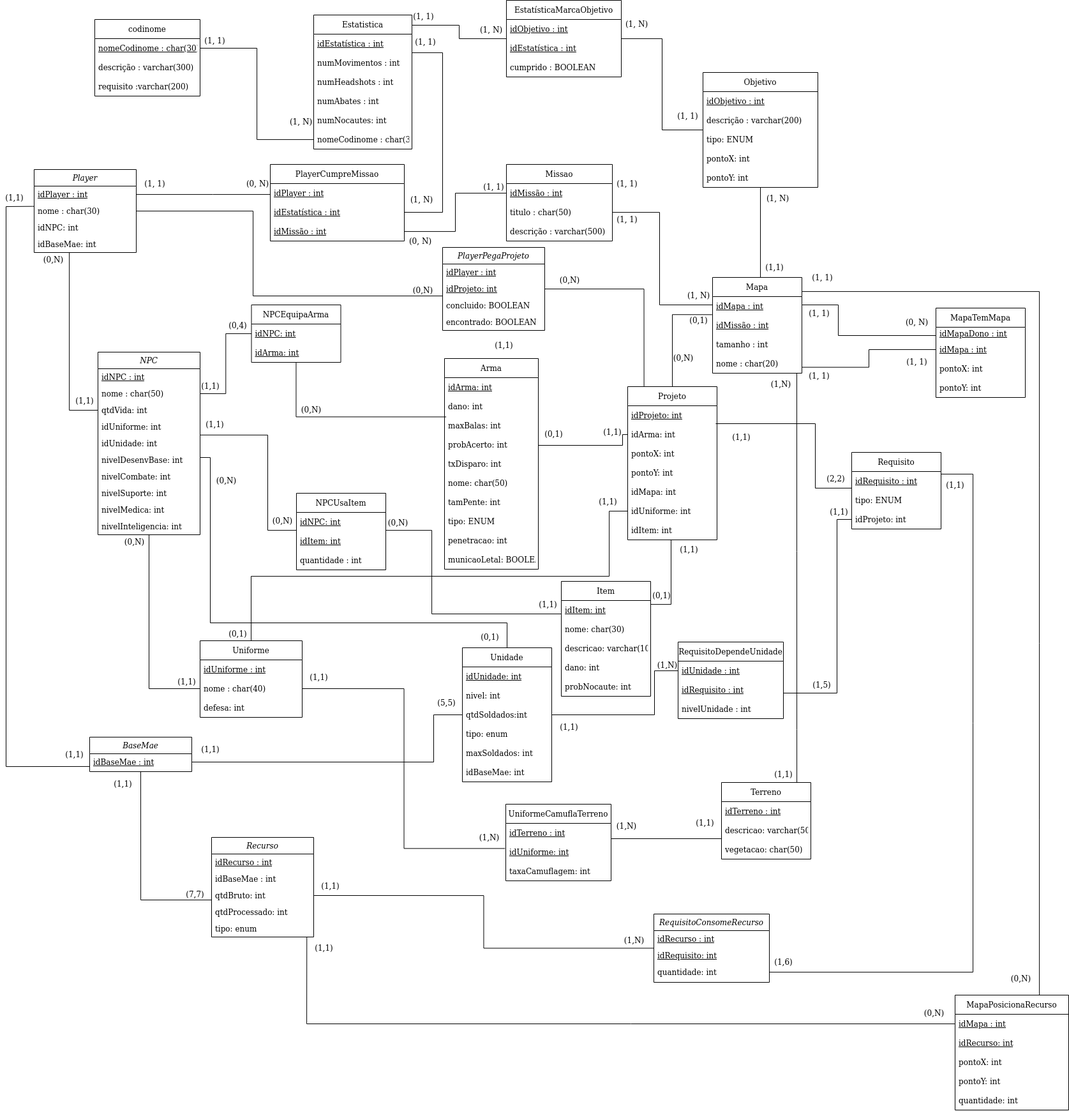
This is documentos/MREL/MREL_V3.1drawio.drawio.png from SBD1/Grupo02-MetalGearSolid, a draw.io export, as it was before one commit. Source tidied: cells renumbered, new cells last; positions are measured from the earlier drawing's top-left corner, leaving out a move shared by most shapes.
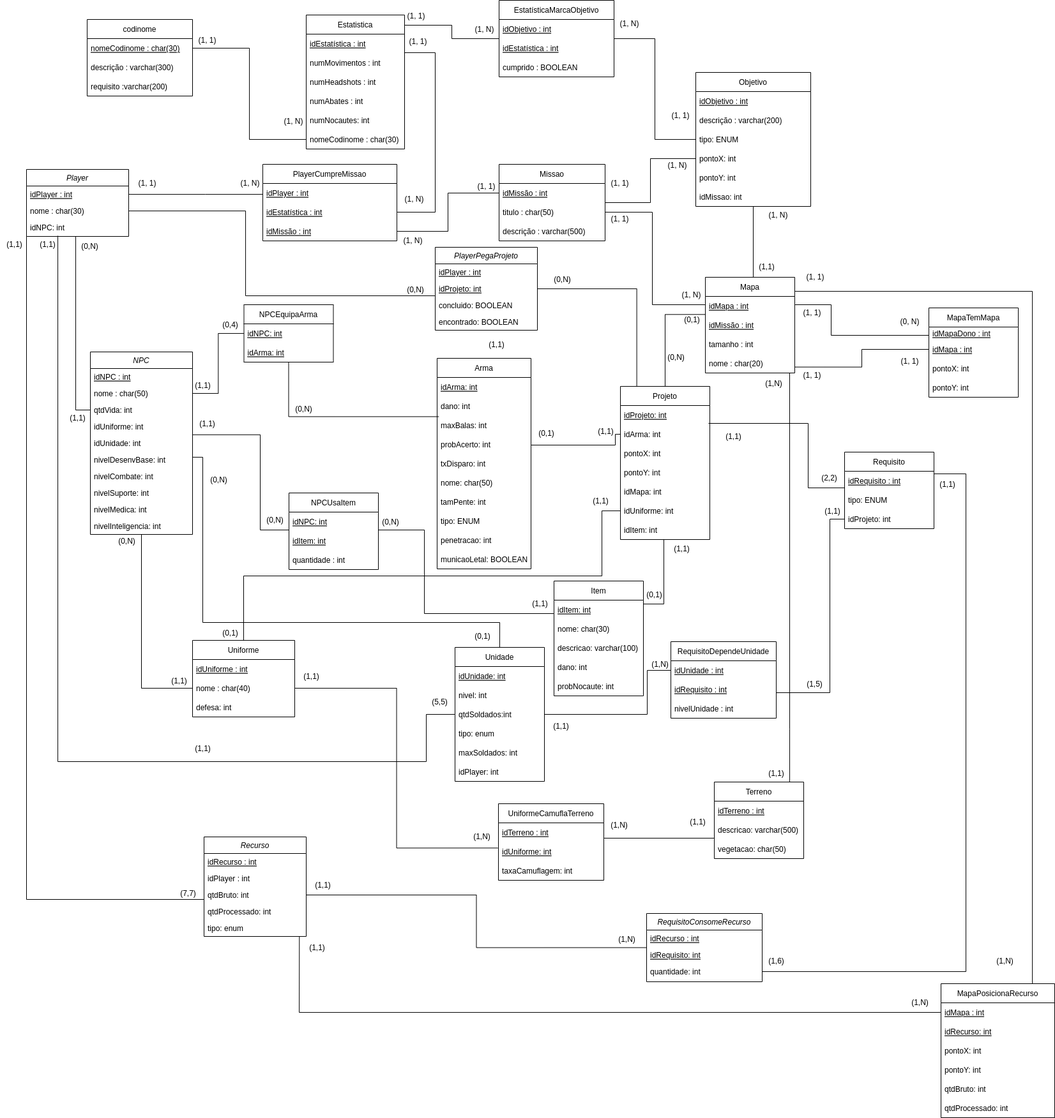
Above is the later version.

Commit message:
BaseMae some, relacionamento entre Missao e objetivo volta a existir, MapaPosicionaRecurso

What changed in the source:
```diff
@@ -6,12 +6,12 @@
       <mxGeometry relative="1" as="geometry">
         <mxPoint x="153" y="642" as="targetPoint" />
         <Array as="points">
-          <mxPoint x="108" y="642" />
+          <mxPoint x="130" y="642" />
         </Array>
       </mxGeometry>
     </mxCell>
     <mxCell id="3" value="Player" style="swimlane;fontStyle=2;align=center;verticalAlign=top;horizontal=1;startSize=26;rounded=0;shadow=0;strokeWidth=1;" parent="1" vertex="1">
-      <mxGeometry x="53" y="265" width="160" height="130" as="geometry" />
+      <mxGeometry x="53" y="265" width="160" height="105" as="geometry" />
     </mxCell>
     <mxCell id="4" value="idPlayer : int " style="text;align=left;verticalAlign=top;spacingLeft=4;spacingRight=4;overflow=hidden;points=[[0,0.5],[1,0.5]];portConstraint=eastwest;fontStyle=4;" parent="3" vertex="1">
       <mxGeometry y="26" width="160" height="26" as="geometry" />
@@ -22,9 +22,6 @@
     <mxCell id="6" value="idNPC: int" style="text;align=left;verticalAlign=top;spacingLeft=4;spacingRight=4;overflow=hidden;points=[[0,0.5],[1,0.5]];portConstraint=eastwest;rounded=0;shadow=0;html=0;" parent="3" vertex="1">
       <mxGeometry y="78" width="160" height="26" as="geometry" />
     </mxCell>
-    <mxCell id="7" value="idBaseMae: int" style="text;align=left;verticalAlign=top;spacingLeft=4;spacingRight=4;overflow=hidden;rounded=0;shadow=0;html=0;" parent="3" vertex="1">
-      <mxGeometry y="104" width="160" height="26" as="geometry" />
-    </mxCell>
     <mxCell id="8" value="PlayerCumpreMissao" style="swimlane;fontStyle=0;horizontal=1;startSize=30;" parent="1" vertex="1">
       <mxGeometry x="423" y="257" width="210" height="120" as="geometry" />
     </mxCell>
@@ -58,6 +55,9 @@
     <mxCell id="18" value="nomeCodinome : char(30)" style="text;strokeColor=none;fillColor=none;align=left;verticalAlign=middle;spacingLeft=4;spacingRight=4;overflow=hidden;points=[[0,0.5],[1,0.5]];portConstraint=eastwest;" parent="12" vertex="1">
       <mxGeometry y="180" width="154" height="30" as="geometry" />
     </mxCell>
+    <mxCell id="247" style="edgeStyle=orthogonalEdgeStyle;rounded=0;jettySize=auto;html=1;endArrow=none;endFill=0;" parent="1" edge="1" source="19" target="28">
+      <mxGeometry relative="1" as="geometry" />
+    </mxCell>
     <mxCell id="19" value="Missao" style="swimlane;fontStyle=0;horizontal=1;startSize=30;" parent="1" vertex="1">
       <mxGeometry x="793" y="257" width="166" height="120" as="geometry" />
     </mxCell>
@@ -79,7 +79,7 @@
       </mxGeometry>
     </mxCell>
     <mxCell id="24" value="Objetivo" style="swimlane;fontStyle=0;horizontal=1;startSize=30;" parent="1" vertex="1">
-      <mxGeometry x="1101" y="113" width="180" height="180" as="geometry" />
+      <mxGeometry x="1101" y="113" width="180" height="210" as="geometry" />
     </mxCell>
     <mxCell id="25" value="idObjetivo : int" style="text;strokeColor=none;fillColor=none;align=left;verticalAlign=middle;spacingLeft=4;spacingRight=4;overflow=hidden;fontStyle=4;" parent="24" vertex="1">
       <mxGeometry y="30" width="180" height="30" as="geometry" />
@@ -96,6 +96,9 @@
     <mxCell id="29" value="pontoY: int" style="text;strokeColor=none;fillColor=none;align=left;verticalAlign=middle;spacingLeft=4;spacingRight=4;overflow=hidden;" parent="24" vertex="1">
       <mxGeometry y="150" width="180" height="30" as="geometry" />
     </mxCell>
+    <mxCell id="248" value="idMissao: int" style="text;strokeColor=none;fillColor=none;align=left;verticalAlign=middle;spacingLeft=4;spacingRight=4;overflow=hidden;" parent="24" vertex="1">
+      <mxGeometry y="180" width="180" height="30" as="geometry" />
+    </mxCell>
     <mxCell id="30" style="edgeStyle=orthogonalEdgeStyle;rounded=0;jettySize=auto;html=1;entryX=0.5;entryY=0;entryDx=0;entryDy=0;endArrow=none;endFill=0;exitX=0.996;exitY=-0.149;exitDx=0;exitDy=0;exitPerimeter=0;" parent="1" edge="1" source="32" target="211">
       <mxGeometry relative="1" as="geometry">
         <Array as="points">
@@ -158,7 +161,7 @@
       <mxGeometry x="1257.5" y="419" width="60" height="30" as="geometry" />
     </mxCell>
     <mxCell id="45" value="(1, N)" style="text;html=1;align=center;verticalAlign=middle;strokeColor=none;fillColor=none;" parent="1" vertex="1">
-      <mxGeometry x="1188" y="295" width="60" height="30" as="geometry" />
+      <mxGeometry x="1200" y="322" width="60" height="30" as="geometry" />
     </mxCell>
     <mxCell id="46" style="edgeStyle=orthogonalEdgeStyle;rounded=0;jettySize=auto;html=1;endArrow=none;endFill=0;" parent="1" edge="1" source="47" target="31">
       <mxGeometry relative="1" as="geometry">
@@ -198,10 +201,10 @@
     <mxCell id="56" value="(1, 1)" style="text;html=1;align=center;verticalAlign=middle;strokeColor=none;fillColor=none;" parent="1" vertex="1">
       <mxGeometry x="636" y="50" width="60" height="30" as="geometry" />
     </mxCell>
-    <mxCell id="57" value="(0, N)" style="text;html=1;align=center;verticalAlign=middle;strokeColor=none;fillColor=none;" parent="1" vertex="1">
+    <mxCell id="57" value="(1, N)" style="text;html=1;align=center;verticalAlign=middle;strokeColor=none;fillColor=none;" parent="1" vertex="1">
       <mxGeometry x="379" y="274" width="48" height="26" as="geometry" />
     </mxCell>
-    <mxCell id="58" value="(0, N)" style="text;html=1;align=center;verticalAlign=middle;strokeColor=none;fillColor=none;" parent="1" vertex="1">
+    <mxCell id="58" value="(1, N)" style="text;html=1;align=center;verticalAlign=middle;strokeColor=none;fillColor=none;" parent="1" vertex="1">
       <mxGeometry x="634" y="364" width="48" height="26" as="geometry" />
     </mxCell>
     <mxCell id="59" style="edgeStyle=orthogonalEdgeStyle;rounded=0;jettySize=auto;html=1;endArrow=none;endFill=0;" parent="1" edge="1" source="4" target="9">
@@ -269,32 +272,16 @@
     <mxCell id="77" value="(1,1)" style="text;html=1;align=center;verticalAlign=middle;strokeColor=none;fillColor=none;" parent="1" vertex="1">
       <mxGeometry x="270" y="1054" width="43" height="26" as="geometry" />
     </mxCell>
-    <mxCell id="78" style="edgeStyle=orthogonalEdgeStyle;rounded=0;jettySize=auto;html=1;exitX=0.5;exitY=1;exitDx=0;exitDy=0;entryX=-0.003;entryY=0.769;entryDx=0;entryDy=0;entryPerimeter=0;endArrow=none;endFill=0;" parent="1" edge="1" source="79" target="85">
+    <mxCell id="78" style="edgeStyle=orthogonalEdgeStyle;rounded=0;jettySize=auto;html=1;entryX=-0.003;entryY=0.769;entryDx=0;entryDy=0;entryPerimeter=0;endArrow=none;endFill=0;exitX=0;exitY=1;exitDx=0;exitDy=0;" parent="1" edge="1" source="3" target="85">
       <mxGeometry relative="1" as="geometry" />
     </mxCell>
-    <mxCell id="79" value="BaseMae" style="swimlane;fontStyle=2;align=center;verticalAlign=top;horizontal=1;startSize=26;rounded=0;shadow=0;strokeWidth=1;" parent="1" vertex="1">
-      <mxGeometry x="140" y="1154" width="160" height="54" as="geometry" />
-    </mxCell>
-    <mxCell id="80" value="idBaseMae : int " style="text;align=left;verticalAlign=top;spacingLeft=4;spacingRight=4;overflow=hidden;points=[[0,0.5],[1,0.5]];portConstraint=eastwest;fontStyle=4;" parent="79" vertex="1">
-      <mxGeometry y="26" width="160" height="26" as="geometry" />
-    </mxCell>
-    <mxCell id="81" style="edgeStyle=orthogonalEdgeStyle;rounded=0;jettySize=auto;html=1;endArrow=none;endFill=0;exitX=-0.002;exitY=0.22;exitDx=0;exitDy=0;exitPerimeter=0;" parent="1" edge="1" source="5">
-      <mxGeometry relative="1" as="geometry">
-        <mxPoint x="140" y="1200" as="targetPoint" />
-        <Array as="points">
-          <mxPoint x="50" y="323" />
-          <mxPoint x="9" y="323" />
-          <mxPoint x="9" y="1200" />
-        </Array>
-      </mxGeometry>
-    </mxCell>
     <mxCell id="82" value="Recurso" style="swimlane;fontStyle=2;align=center;verticalAlign=top;horizontal=1;startSize=26;rounded=0;shadow=0;strokeWidth=1;" parent="1" vertex="1">
       <mxGeometry x="331" y="1311" width="160" height="156" as="geometry" />
     </mxCell>
     <mxCell id="83" value="idRecurso : int " style="text;align=left;verticalAlign=top;spacingLeft=4;spacingRight=4;overflow=hidden;fontStyle=4;" parent="82" vertex="1">
       <mxGeometry y="26" width="160" height="26" as="geometry" />
     </mxCell>
-    <mxCell id="84" value="idBaseMae : int" style="text;align=left;verticalAlign=top;spacingLeft=4;spacingRight=4;overflow=hidden;fontStyle=0;" parent="82" vertex="1">
+    <mxCell id="84" value="idPlayer : int" style="text;align=left;verticalAlign=top;spacingLeft=4;spacingRight=4;overflow=hidden;fontStyle=0;" parent="82" vertex="1">
       <mxGeometry y="52" width="160" height="26" as="geometry" />
     </mxCell>
     <mxCell id="85" value="qtdBruto: int" style="text;align=left;verticalAlign=top;spacingLeft=4;spacingRight=4;overflow=hidden;points=[[0,0.5],[1,0.5]];portConstraint=eastwest;rounded=0;shadow=0;html=0;" parent="82" vertex="1">
@@ -474,7 +461,7 @@
     <mxCell id="136" value="maxSoldados: int" style="text;strokeColor=none;fillColor=none;align=left;verticalAlign=middle;spacingLeft=4;spacingRight=4;overflow=hidden;" parent="131" vertex="1">
       <mxGeometry y="150" width="140" height="30" as="geometry" />
     </mxCell>
-    <mxCell id="137" value="idBaseMae: int" style="text;strokeColor=none;fillColor=none;align=left;verticalAlign=middle;spacingLeft=4;spacingRight=4;overflow=hidden;" parent="131" vertex="1">
+    <mxCell id="137" value="idPlayer: int" style="text;strokeColor=none;fillColor=none;align=left;verticalAlign=middle;spacingLeft=4;spacingRight=4;overflow=hidden;" parent="131" vertex="1">
       <mxGeometry y="180" width="140" height="30" as="geometry" />
     </mxCell>
     <mxCell id="138" style="edgeStyle=orthogonalEdgeStyle;rounded=0;jettySize=auto;html=1;entryX=0;entryY=0.5;entryDx=0;entryDy=0;endArrow=none;endFill=0;exitX=0.5;exitY=1;exitDx=0;exitDy=0;" parent="1" edge="1" source="60" target="73">
@@ -494,16 +481,17 @@
         </Array>
       </mxGeometry>
     </mxCell>
-    <mxCell id="140" style="edgeStyle=orthogonalEdgeStyle;rounded=0;jettySize=auto;html=1;exitX=0;exitY=0.5;exitDx=0;exitDy=0;entryX=1;entryY=0.5;entryDx=0;entryDy=0;endArrow=none;endFill=0;" parent="1" edge="1" source="134" target="80">
+    <mxCell id="140" style="edgeStyle=orthogonalEdgeStyle;rounded=0;jettySize=auto;html=1;exitX=0;exitY=0.5;exitDx=0;exitDy=0;endArrow=none;endFill=0;" parent="1" edge="1" source="134" target="6">
       <mxGeometry relative="1" as="geometry">
         <Array as="points">
           <mxPoint x="679" y="1119" />
           <mxPoint x="679" y="1193" />
+          <mxPoint x="102" y="1193" />
         </Array>
       </mxGeometry>
     </mxCell>
     <mxCell id="141" value="(1,1)" style="text;html=1;align=center;verticalAlign=middle;strokeColor=none;fillColor=none;" parent="1" vertex="1">
-      <mxGeometry x="110" y="614" width="43" height="26" as="geometry" />
+      <mxGeometry x="111.5" y="642" width="43" height="26" as="geometry" />
     </mxCell>
     <mxCell id="142" value="(0,4)" style="text;html=1;align=center;verticalAlign=middle;strokeColor=none;fillColor=none;" parent="1" vertex="1">
       <mxGeometry x="350.5" y="496" width="43" height="26" as="geometry" />
@@ -524,16 +512,13 @@
       <mxGeometry x="331" y="739" width="45" height="26" as="geometry" />
     </mxCell>
     <mxCell id="148" value="(1,1)" style="text;html=1;align=center;verticalAlign=middle;strokeColor=none;fillColor=none;" parent="1" vertex="1">
-      <mxGeometry y="296" width="43" height="26" as="geometry" />
+      <mxGeometry x="12" y="370" width="43" height="26" as="geometry" />
     </mxCell>
-    <mxCell id="149" value="(1,1)" style="text;html=1;align=center;verticalAlign=middle;strokeColor=none;fillColor=none;" parent="1" vertex="1">
-      <mxGeometry x="94" y="1168" width="43" height="26" as="geometry" />
-    </mxCell>
     <mxCell id="150" value="(7,7)" style="text;html=1;align=center;verticalAlign=middle;strokeColor=none;fillColor=none;" parent="1" vertex="1">
       <mxGeometry x="284" y="1387" width="43" height="26" as="geometry" />
     </mxCell>
     <mxCell id="151" value="(1,1)" style="text;html=1;align=center;verticalAlign=middle;strokeColor=none;fillColor=none;" parent="1" vertex="1">
-      <mxGeometry x="170" y="1214" width="43" height="26" as="geometry" />
+      <mxGeometry x="64" y="370" width="43" height="26" as="geometry" />
     </mxCell>
     <mxCell id="152" value="(1,1)" style="text;html=1;align=center;verticalAlign=middle;strokeColor=none;fillColor=none;" parent="1" vertex="1">
       <mxGeometry x="307" y="1160" width="43" height="26" as="geometry" />
@@ -750,7 +735,7 @@
       <mxGeometry y="90" width="140" height="30" as="geometry" />
     </mxCell>
     <mxCell id="211" value="MapaPosicionaRecurso" style="swimlane;fontStyle=0;horizontal=1;startSize=30;" parent="1" vertex="1">
-      <mxGeometry x="1496" y="1558" width="178" height="180" as="geometry" />
+      <mxGeometry x="1485" y="1541" width="178" height="210" as="geometry" />
     </mxCell>
     <mxCell id="212" value="idMapa : int" style="text;strokeColor=none;fillColor=none;align=left;verticalAlign=middle;spacingLeft=4;spacingRight=4;overflow=hidden;points=[[0,0.5],[1,0.5]];portConstraint=eastwest;fontStyle=4;" parent="211" vertex="1">
       <mxGeometry y="30" width="178" height="30" as="geometry" />
@@ -764,9 +749,12 @@
     <mxCell id="215" value="pontoY: int" style="text;strokeColor=none;fillColor=none;align=left;verticalAlign=middle;spacingLeft=4;spacingRight=4;overflow=hidden;fontStyle=0;" parent="211" vertex="1">
       <mxGeometry y="120" width="178" height="30" as="geometry" />
     </mxCell>
-    <mxCell id="216" value="quantidade: int" style="text;strokeColor=none;fillColor=none;align=left;verticalAlign=middle;spacingLeft=4;spacingRight=4;overflow=hidden;fontStyle=0;" parent="211" vertex="1">
+    <mxCell id="216" value="qtdBruto: int" style="text;strokeColor=none;fillColor=none;align=left;verticalAlign=middle;spacingLeft=4;spacingRight=4;overflow=hidden;fontStyle=0;" parent="211" vertex="1">
       <mxGeometry y="150" width="178" height="30" as="geometry" />
     </mxCell>
+    <mxCell id="249" value="qtdProcessado: int" style="text;strokeColor=none;fillColor=none;align=left;verticalAlign=middle;spacingLeft=4;spacingRight=4;overflow=hidden;fontStyle=0;" parent="211" vertex="1">
+      <mxGeometry y="180" width="178" height="30" as="geometry" />
+    </mxCell>
     <mxCell id="217" style="edgeStyle=orthogonalEdgeStyle;rounded=0;jettySize=auto;html=1;entryX=0;entryY=0.5;entryDx=0;entryDy=0;endArrow=none;endFill=0;exitX=0.933;exitY=0.999;exitDx=0;exitDy=0;exitPerimeter=0;" parent="1" edge="1" source="87" target="212">
       <mxGeometry relative="1" as="geometry">
         <Array as="points">
@@ -775,14 +763,14 @@
         </Array>
       </mxGeometry>
     </mxCell>
-    <mxCell id="218" value="(0,N)" style="text;html=1;align=center;verticalAlign=middle;strokeColor=none;fillColor=none;" parent="1" vertex="1">
-      <mxGeometry x="1440" y="1573" width="45" height="26" as="geometry" />
+    <mxCell id="218" value="(1,N)" style="text;html=1;align=center;verticalAlign=middle;strokeColor=none;fillColor=none;" parent="1" vertex="1">
+      <mxGeometry x="1429" y="1558" width="45" height="26" as="geometry" />
     </mxCell>
     <mxCell id="219" value="(1,1)" style="text;html=1;align=center;verticalAlign=middle;strokeColor=none;fillColor=none;" parent="1" vertex="1">
       <mxGeometry x="486" y="1471.5" width="43" height="26" as="geometry" />
     </mxCell>
-    <mxCell id="220" value="(0,N)" style="text;html=1;align=center;verticalAlign=middle;strokeColor=none;fillColor=none;" parent="1" vertex="1">
-      <mxGeometry x="1576" y="1519" width="45" height="26" as="geometry" />
+    <mxCell id="220" value="(1,N)" style="text;html=1;align=center;verticalAlign=middle;strokeColor=none;fillColor=none;" parent="1" vertex="1">
+      <mxGeometry x="1562.5" y="1493" width="45" height="26" as="geometry" />
     </mxCell>
     <mxCell id="221" value="(1,1)" style="text;html=1;align=center;verticalAlign=middle;strokeColor=none;fillColor=none;" parent="1" vertex="1">
       <mxGeometry x="1191" y="405" width="43" height="26" as="geometry" />
@@ -803,7 +791,7 @@
       <mxGeometry x="836" y="933" width="43" height="26" as="geometry" />
     </mxCell>
     <mxCell id="227" value="(0,N)" style="text;html=1;align=center;verticalAlign=middle;strokeColor=none;fillColor=none;" parent="1" vertex="1">
-      <mxGeometry x="3" y="393" width="160" height="26" as="geometry" />
+      <mxGeometry x="72" y="373" width="160" height="26" as="geometry" />
     </mxCell>
     <mxCell id="228" value="PlayerPegaProjeto" style="swimlane;fontStyle=2;align=center;verticalAlign=top;horizontal=1;startSize=26;rounded=0;shadow=0;strokeWidth=1;" parent="1" vertex="1">
       <mxGeometry x="693" y="387" width="160" height="130" as="geometry" />
@@ -873,5 +861,8 @@
     <mxCell id="246" value="(1, 1)" style="text;html=1;align=center;verticalAlign=middle;strokeColor=none;fillColor=none;" parent="1" vertex="1">
       <mxGeometry x="1052" y="168" width="50" height="26" as="geometry" />
     </mxCell>
+    <mxCell id="250" value="(1, N)" style="text;html=1;align=center;verticalAlign=middle;strokeColor=none;fillColor=none;" parent="1" vertex="1">
+      <mxGeometry x="1048" y="246" width="48" height="26" as="geometry" />
+    </mxCell>
   </root>
 </mxGraphModel>
```
